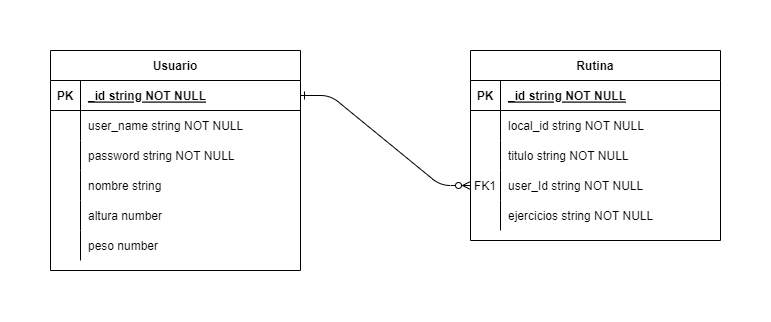
Before: assets/gymDiagram.drawio.png, a diagram exported from draw.io (Elias288/Gym_App). Source tidied: cells renumbered, new cells last; positions are measured from the earlier drawing's top-left corner, leaving out a move shared by most shapes. The source it was exported from:
```xml
<mxGraphModel>
  <root>
    <mxCell id="0" />
    <mxCell id="1" parent="0" />
    <mxCell id="2" style="edgeStyle=entityRelationEdgeStyle;endArrow=ERzeroToMany;startArrow=ERone;endFill=1;startFill=0;" parent="1" edge="1" source="20" target="13">
      <mxGeometry relative="1" as="geometry" />
    </mxCell>
    <mxCell id="3" value="Rutina" style="shape=table;startSize=30;rowLines=0;fontStyle=1;align=center;" parent="1" vertex="1">
      <mxGeometry x="420" width="250" height="190" as="geometry" />
    </mxCell>
    <mxCell id="4" style="shape=partialRectangle;fillColor=none;top=0;left=0;right=0;bottom=1;" parent="3" vertex="1">
      <mxGeometry y="30" width="250" height="30" as="geometry" />
    </mxCell>
    <mxCell id="5" value="PK" style="shape=partialRectangle;overflow=hidden;fillColor=none;top=0;left=0;bottom=0;right=0;fontStyle=1;" parent="4" vertex="1">
      <mxGeometry width="30" height="30" as="geometry" />
    </mxCell>
    <mxCell id="6" value="_id string NOT NULL " style="shape=partialRectangle;overflow=hidden;fillColor=none;top=0;left=0;bottom=0;right=0;align=left;spacingLeft=6;fontStyle=5;" parent="4" vertex="1">
      <mxGeometry x="30" width="220" height="30" as="geometry" />
    </mxCell>
    <mxCell id="7" style="shape=partialRectangle;fillColor=none;top=0;left=0;right=0;bottom=0;" parent="3" vertex="1">
      <mxGeometry y="60" width="250" height="30" as="geometry" />
    </mxCell>
    <mxCell id="8" style="shape=partialRectangle;overflow=hidden;fillColor=none;top=0;left=0;bottom=0;right=0;" parent="7" vertex="1">
      <mxGeometry width="30" height="30" as="geometry" />
    </mxCell>
    <mxCell id="9" value="local_id string NOT NULL" style="shape=partialRectangle;overflow=hidden;fillColor=none;top=0;left=0;bottom=0;right=0;align=left;spacingLeft=6;" parent="7" vertex="1">
      <mxGeometry x="30" width="220" height="30" as="geometry" />
    </mxCell>
    <mxCell id="10" style="shape=partialRectangle;fillColor=none;top=0;left=0;right=0;bottom=0;" parent="3" vertex="1">
      <mxGeometry y="90" width="250" height="30" as="geometry" />
    </mxCell>
    <mxCell id="11" style="shape=partialRectangle;overflow=hidden;fillColor=none;top=0;left=0;bottom=0;right=0;" parent="10" vertex="1">
      <mxGeometry width="30" height="30" as="geometry" />
    </mxCell>
    <mxCell id="12" value="titulo string NOT NULL" style="shape=partialRectangle;overflow=hidden;fillColor=none;top=0;left=0;bottom=0;right=0;align=left;spacingLeft=6;" parent="10" vertex="1">
      <mxGeometry x="30" width="220" height="30" as="geometry" />
    </mxCell>
    <mxCell id="13" style="shape=partialRectangle;fillColor=none;points=[[0,0.5],[1,0.5]];portConstraint=eastwest;top=0;left=0;right=0;bottom=0;" parent="3" vertex="1">
      <mxGeometry y="120" width="250" height="30" as="geometry" />
    </mxCell>
    <mxCell id="14" value="FK1" style="shape=partialRectangle;overflow=hidden;fillColor=none;top=0;left=0;bottom=0;right=0;" parent="13" vertex="1">
      <mxGeometry width="30" height="30" as="geometry" />
    </mxCell>
    <mxCell id="15" value="user_Id string NOT NULL" style="shape=partialRectangle;overflow=hidden;fillColor=none;top=0;left=0;bottom=0;right=0;align=left;spacingLeft=6;" parent="13" vertex="1">
      <mxGeometry x="30" width="220" height="30" as="geometry" />
    </mxCell>
    <mxCell id="16" style="shape=partialRectangle;fillColor=none;top=0;left=0;right=0;bottom=0;" parent="3" vertex="1">
      <mxGeometry y="150" width="250" height="30" as="geometry" />
    </mxCell>
    <mxCell id="17" style="shape=partialRectangle;overflow=hidden;fillColor=none;top=0;left=0;bottom=0;right=0;" parent="16" vertex="1">
      <mxGeometry width="30" height="30" as="geometry" />
    </mxCell>
    <mxCell id="18" value="ejercicios string NOT NULL" style="shape=partialRectangle;overflow=hidden;fillColor=none;top=0;left=0;bottom=0;right=0;align=left;spacingLeft=6;" parent="16" vertex="1">
      <mxGeometry x="30" width="220" height="30" as="geometry" />
    </mxCell>
    <mxCell id="19" value="Usuario" style="shape=table;startSize=30;rowLines=0;fontStyle=1;align=center;" parent="1" vertex="1">
      <mxGeometry width="250" height="220" as="geometry" />
    </mxCell>
    <mxCell id="20" style="shape=partialRectangle;fillColor=none;points=[[0,0.5],[1,0.5]];portConstraint=eastwest;top=0;left=0;right=0;bottom=1;" parent="19" vertex="1">
      <mxGeometry y="30" width="250" height="30" as="geometry" />
    </mxCell>
    <mxCell id="21" value="PK" style="shape=partialRectangle;overflow=hidden;fillColor=none;top=0;left=0;bottom=0;right=0;fontStyle=1;" parent="20" vertex="1">
      <mxGeometry width="30" height="30" as="geometry" />
    </mxCell>
    <mxCell id="22" value="_id string NOT NULL " style="shape=partialRectangle;overflow=hidden;fillColor=none;top=0;left=0;bottom=0;right=0;align=left;spacingLeft=6;fontStyle=5;" parent="20" vertex="1">
      <mxGeometry x="30" width="220" height="30" as="geometry" />
    </mxCell>
    <mxCell id="23" style="shape=partialRectangle;fillColor=none;top=0;left=0;right=0;bottom=0;" parent="19" vertex="1">
      <mxGeometry y="60" width="250" height="30" as="geometry" />
    </mxCell>
    <mxCell id="24" style="shape=partialRectangle;overflow=hidden;fillColor=none;top=0;left=0;bottom=0;right=0;" parent="23" vertex="1">
      <mxGeometry width="30" height="30" as="geometry" />
    </mxCell>
    <mxCell id="25" value="user_name string NOT NULL" style="shape=partialRectangle;overflow=hidden;fillColor=none;top=0;left=0;bottom=0;right=0;align=left;spacingLeft=6;" parent="23" vertex="1">
      <mxGeometry x="30" width="220" height="30" as="geometry" />
    </mxCell>
    <mxCell id="26" style="shape=partialRectangle;fillColor=none;top=0;left=0;right=0;bottom=0;" parent="19" vertex="1">
      <mxGeometry y="90" width="250" height="30" as="geometry" />
    </mxCell>
    <mxCell id="27" style="shape=partialRectangle;overflow=hidden;fillColor=none;top=0;left=0;bottom=0;right=0;" parent="26" vertex="1">
      <mxGeometry width="30" height="30" as="geometry" />
    </mxCell>
    <mxCell id="28" value="password string NOT NULL" style="shape=partialRectangle;overflow=hidden;fillColor=none;top=0;left=0;bottom=0;right=0;align=left;spacingLeft=6;" parent="26" vertex="1">
      <mxGeometry x="30" width="220" height="30" as="geometry" />
    </mxCell>
    <mxCell id="29" style="shape=partialRectangle;fillColor=none;top=0;left=0;right=0;bottom=0;" parent="19" vertex="1">
      <mxGeometry y="120" width="250" height="30" as="geometry" />
    </mxCell>
    <mxCell id="30" style="shape=partialRectangle;overflow=hidden;fillColor=none;top=0;left=0;bottom=0;right=0;" parent="29" vertex="1">
      <mxGeometry width="30" height="30" as="geometry" />
    </mxCell>
    <mxCell id="31" value="nombre string" style="shape=partialRectangle;overflow=hidden;fillColor=none;top=0;left=0;bottom=0;right=0;align=left;spacingLeft=6;" parent="29" vertex="1">
      <mxGeometry x="30" width="220" height="30" as="geometry" />
    </mxCell>
    <mxCell id="32" style="shape=partialRectangle;fillColor=none;top=0;left=0;right=0;bottom=0;" parent="19" vertex="1">
      <mxGeometry y="150" width="250" height="30" as="geometry" />
    </mxCell>
    <mxCell id="33" style="shape=partialRectangle;overflow=hidden;fillColor=none;top=0;left=0;bottom=0;right=0;" parent="32" vertex="1">
      <mxGeometry width="30" height="30" as="geometry" />
    </mxCell>
    <mxCell id="34" value="altura number" style="shape=partialRectangle;overflow=hidden;fillColor=none;top=0;left=0;bottom=0;right=0;align=left;spacingLeft=6;" parent="32" vertex="1">
      <mxGeometry x="30" width="220" height="30" as="geometry" />
    </mxCell>
    <mxCell id="35" style="shape=partialRectangle;fillColor=none;top=0;left=0;right=0;bottom=0;" parent="19" vertex="1">
      <mxGeometry y="180" width="250" height="30" as="geometry" />
    </mxCell>
    <mxCell id="36" style="shape=partialRectangle;overflow=hidden;fillColor=none;top=0;left=0;bottom=0;right=0;" parent="35" vertex="1">
      <mxGeometry width="30" height="30" as="geometry" />
    </mxCell>
    <mxCell id="37" value="peso number" style="shape=partialRectangle;overflow=hidden;fillColor=none;top=0;left=0;bottom=0;right=0;align=left;spacingLeft=6;" parent="35" vertex="1">
      <mxGeometry x="30" width="220" height="30" as="geometry" />
    </mxCell>
  </root>
</mxGraphModel>
```
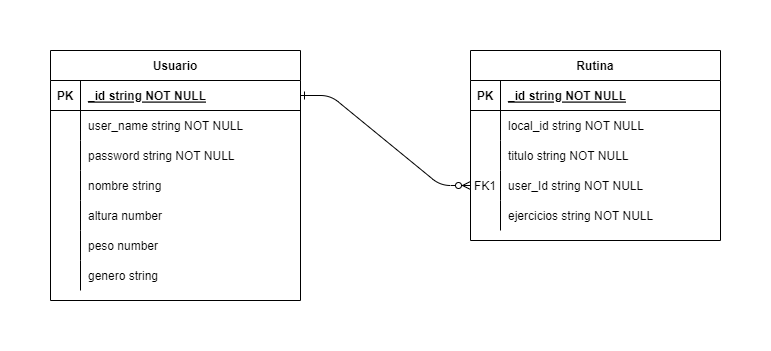
Above is the later version.

What changed in the source:
```diff
@@ -54,7 +54,7 @@
       <mxGeometry x="30" width="220" height="30" as="geometry" />
     </mxCell>
     <mxCell id="19" value="Usuario" style="shape=table;startSize=30;rowLines=0;fontStyle=1;align=center;" parent="1" vertex="1">
-      <mxGeometry width="250" height="220" as="geometry" />
+      <mxGeometry width="250" height="250" as="geometry" />
     </mxCell>
     <mxCell id="20" style="shape=partialRectangle;fillColor=none;points=[[0,0.5],[1,0.5]];portConstraint=eastwest;top=0;left=0;right=0;bottom=1;" parent="19" vertex="1">
       <mxGeometry y="30" width="250" height="30" as="geometry" />
@@ -110,5 +110,14 @@
     <mxCell id="37" value="peso number" style="shape=partialRectangle;overflow=hidden;fillColor=none;top=0;left=0;bottom=0;right=0;align=left;spacingLeft=6;" parent="35" vertex="1">
       <mxGeometry x="30" width="220" height="30" as="geometry" />
     </mxCell>
+    <mxCell id="38" style="shape=partialRectangle;fillColor=none;top=0;left=0;right=0;bottom=0;" parent="19" vertex="1">
+      <mxGeometry y="210" width="250" height="30" as="geometry" />
+    </mxCell>
+    <mxCell id="39" style="shape=partialRectangle;overflow=hidden;fillColor=none;top=0;left=0;bottom=0;right=0;" parent="38" vertex="1">
+      <mxGeometry width="30" height="30" as="geometry" />
+    </mxCell>
+    <mxCell id="40" value="genero string" style="shape=partialRectangle;overflow=hidden;fillColor=none;top=0;left=0;bottom=0;right=0;align=left;spacingLeft=6;" parent="38" vertex="1">
+      <mxGeometry x="30" width="220" height="30" as="geometry" />
+    </mxCell>
   </root>
 </mxGraphModel>
```
